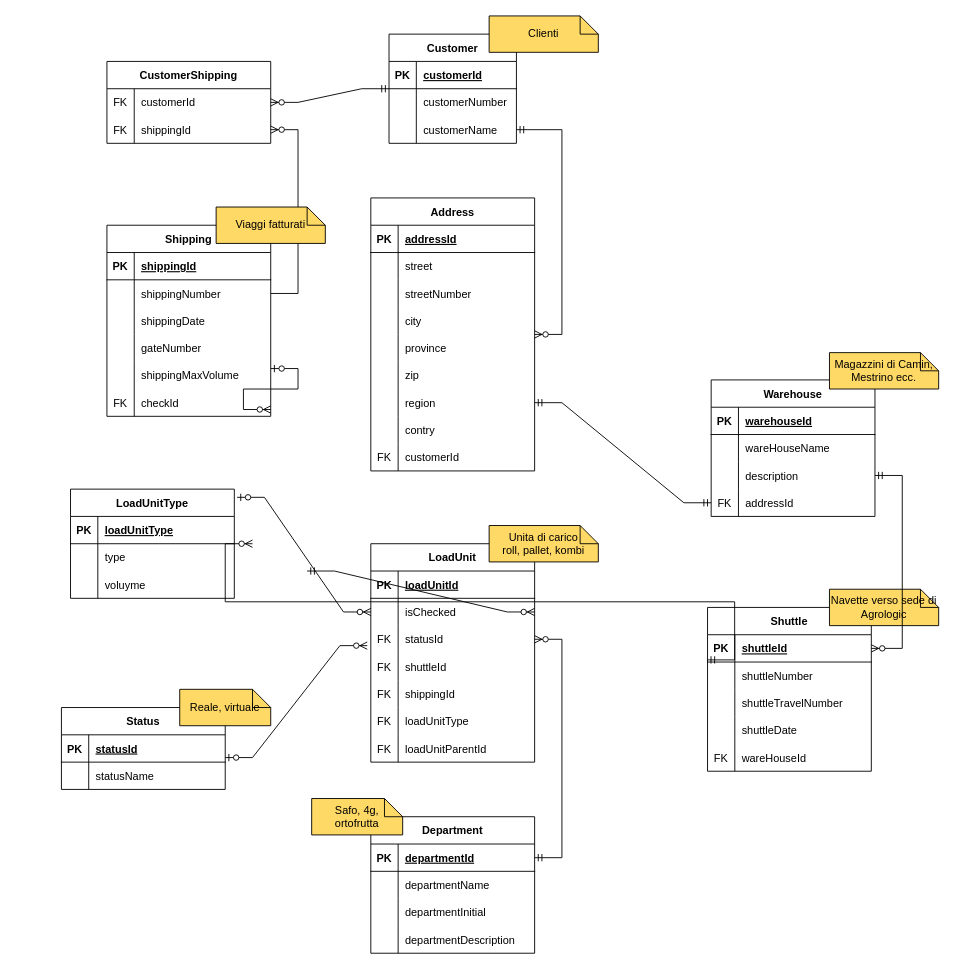
Before: arcadia_db.drawio in gh0stb1t-dev/arcadia, a draw.io diagram. Source tidied: cells renumbered, new cells numbered last; positions are measured from the earlier drawing's top-left corner, leaving out a move shared by most shapes. Both pictures are drawn from the tidied source at 91%, with x=0, y=0 at pixel (61, 15).
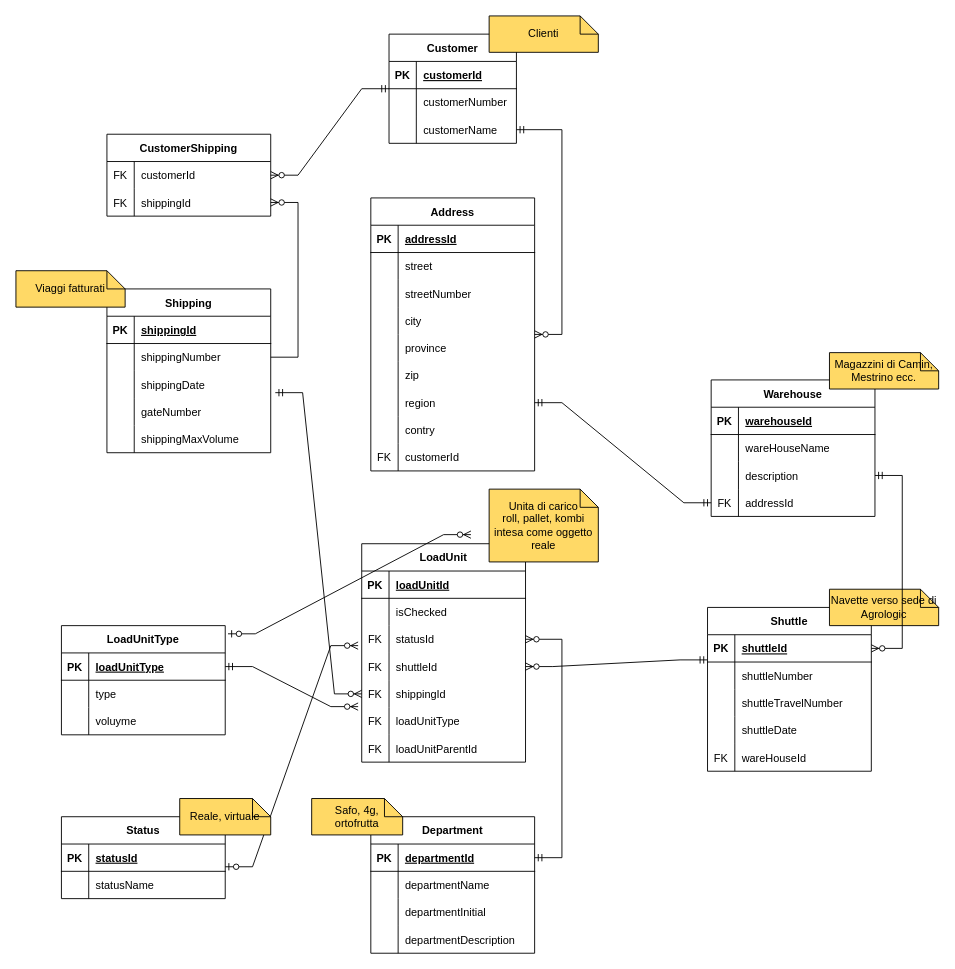
Above is the later version.

Commit message:
Just visual fixings

Unchanged cells that the change refers to:
```xml
<mxCell id="19" style="shape=tableRow;horizontal=0;startSize=0;swimlaneHead=0;swimlaneBody=0;fillColor=none;points=[[0,0.5],[1,0.5]];portConstraint=eastwest;top=0;left=0;right=0;bottom=0;" parent="12" vertex="1">
  <mxGeometry y="90" width="180" height="30" as="geometry" />
</mxCell>
<mxCell id="44" style="shape=tableRow;horizontal=0;startSize=0;swimlaneHead=0;swimlaneBody=0;fillColor=none;points=[[0,0.5],[1,0.5]];portConstraint=eastwest;top=0;left=0;right=0;bottom=0;" parent="40" vertex="1">
  <mxGeometry y="60" width="180" height="30" as="geometry" />
</mxCell>
<mxCell id="50" style="shape=tableRow;horizontal=0;startSize=0;swimlaneHead=0;swimlaneBody=0;fillColor=none;points=[[0,0.5],[1,0.5]];portConstraint=eastwest;top=0;left=0;right=0;bottom=0;" parent="40" vertex="1">
  <mxGeometry y="120" width="180" height="30" as="geometry" />
</mxCell>
<mxCell id="53" style="shape=tableRow;horizontal=0;startSize=0;swimlaneHead=0;swimlaneBody=0;fillColor=none;points=[[0,0.5],[1,0.5]];portConstraint=eastwest;top=0;left=0;right=0;bottom=0;" parent="40" vertex="1">
  <mxGeometry y="150" width="180" height="30" as="geometry" />
</mxCell>
<mxCell id="56" style="shape=tableRow;horizontal=0;startSize=0;swimlaneHead=0;swimlaneBody=0;fillColor=none;points=[[0,0.5],[1,0.5]];portConstraint=eastwest;top=0;left=0;right=0;bottom=0;" parent="40" vertex="1">
  <mxGeometry y="180" width="180" height="30" as="geometry" />
</mxCell>
<mxCell id="110" style="shape=tableRow;horizontal=0;startSize=0;swimlaneHead=0;swimlaneBody=0;fillColor=none;points=[[0,0.5],[1,0.5]];portConstraint=eastwest;top=0;left=0;right=0;bottom=0;" parent="106" vertex="1">
  <mxGeometry y="60" width="180" height="30" as="geometry" />
</mxCell>
<mxCell id="155" style="shape=tableRow;horizontal=0;startSize=0;swimlaneHead=0;swimlaneBody=0;fillColor=none;points=[[0,0.5],[1,0.5]];portConstraint=eastwest;top=0;left=0;right=0;bottom=1;" parent="154" vertex="1">
  <mxGeometry y="30" width="180" height="30" as="geometry" />
</mxCell>
```

The edit, as a diff of the source:
```diff
@@
     <mxCell id="12" value="Shipping" style="shape=table;startSize=30;childLayout=tableLayout;rowLines=0;fontStyle=1;align=center;" parent="1" vertex="1">
-      <mxGeometry x="50" y="230" width="180" height="210" as="geometry" />
+      <mxGeometry x="50" y="300" width="180" height="180" as="geometry" />
     </mxCell>
@@
-    <mxCell id="28" style="shape=tableRow;horizontal=0;startSize=0;swimlaneHead=0;swimlaneBody=0;fillColor=none;top=0;left=0;right=0;bottom=0;" parent="12" vertex="1">
-      <mxGeometry y="180" width="180" height="30" as="geometry" />
-    </mxCell>
-    <mxCell id="29" value="FK" style="shape=partialRectangle;fillColor=none;top=0;left=0;bottom=0;right=0;overflow=hidden;" parent="28" vertex="1">
-      <mxGeometry width="30" height="30" as="geometry" />
-    </mxCell>
-    <mxCell id="30" value="checkId" style="shape=partialRectangle;fillColor=none;top=0;left=0;bottom=0;right=0;align=left;spacingLeft=6;overflow=hidden;" parent="28" vertex="1">
-      <mxGeometry x="30" width="150" height="30" as="geometry" />
-    </mxCell>
     <mxCell id="31" value="CustomerShipping" style="shape=table;startSize=30;childLayout=tableLayout;rowLines=0;fontStyle=1;align=center;" parent="1" vertex="1">
-      <mxGeometry x="50" y="50" width="180" height="90" as="geometry" />
+      <mxGeometry x="50" y="130" width="180" height="90" as="geometry" />
     </mxCell>
@@
     <mxCell id="40" value="LoadUnit" style="shape=table;startSize=30;childLayout=tableLayout;rowLines=0;fontStyle=1;align=center;" parent="1" vertex="1">
-      <mxGeometry x="340" y="580" width="180" height="240" as="geometry" />
+      <mxGeometry x="330" y="580" width="180" height="240" as="geometry" />
     </mxCell>
@@
-    <mxCell id="62" style="edgeStyle=entityRelationEdgeStyle;fontSize=12;html=1;endArrow=ERzeroToMany;startArrow=ERmandOne;rounded=0;exitX=1;exitY=0.5;exitDx=0;exitDy=0;entryX=1;entryY=0.5;entryDx=0;entryDy=0;" parent="40" edge="1" target="44">
-      <mxGeometry relative="1" as="geometry">
-        <mxPoint x="-70" y="30" as="sourcePoint" />
-      </mxGeometry>
-    </mxCell>
-    <mxCell id="63" style="edgeStyle=entityRelationEdgeStyle;fontSize=12;html=1;endArrow=ERzeroToMany;startArrow=ERzeroToOne;rounded=0;exitX=1;exitY=0.75;exitDx=0;exitDy=0;" parent="1" edge="1" source="12">
-      <mxGeometry relative="1" as="geometry">
-        <mxPoint x="230" y="432.5" as="targetPoint" />
-      </mxGeometry>
-    </mxCell>
@@
     <mxCell id="136" value="Status" style="shape=table;startSize=30;childLayout=tableLayout;rowLines=0;fontStyle=1;align=center;" parent="1" vertex="1">
-      <mxGeometry y="760" width="180" height="90" as="geometry" />
+      <mxGeometry y="880" width="180" height="90" as="geometry" />
     </mxCell>
@@
-    <mxCell id="144" value="&lt;div&gt;Unita di carico&lt;/div&gt;&lt;div&gt;roll, pallet, kombi&lt;br&gt;&lt;/div&gt;" style="shape=note;size=20;whiteSpace=wrap;html=1;fillColor=#FFD966;" parent="1" vertex="1">
-      <mxGeometry x="470" y="560" width="120" height="40" as="geometry" />
+    <mxCell id="144" value="&lt;div&gt;Unita di carico&lt;/div&gt;&lt;div&gt;roll, pallet, kombi intesa come oggetto reale&lt;br&gt;&lt;/div&gt;" style="shape=note;size=20;whiteSpace=wrap;html=1;fillColor=#FFD966;" parent="1" vertex="1">
+      <mxGeometry x="470" y="520" width="120" height="80" as="geometry" />
     </mxCell>
@@
     <mxCell id="146" value="Reale, virtuale" style="shape=note;size=20;whiteSpace=wrap;html=1;fillColor=#FFD966;" parent="1" vertex="1">
-      <mxGeometry x="130" y="740" width="100" height="40" as="geometry" />
+      <mxGeometry x="130" y="860" width="100" height="40" as="geometry" />
     </mxCell>
@@
     <mxCell id="150" value="Viaggi fatturati " style="shape=note;size=20;whiteSpace=wrap;html=1;fillColor=#FFD966;" parent="1" vertex="1">
-      <mxGeometry x="170" y="210" width="120" height="40" as="geometry" />
+      <mxGeometry x="-50" y="280" width="120" height="40" as="geometry" />
     </mxCell>
@@
-    <mxCell id="152" style="edgeStyle=entityRelationEdgeStyle;fontSize=12;html=1;endArrow=ERzeroToMany;startArrow=ERmandOne;rounded=0;exitX=-0.001;exitY=-0.078;exitDx=0;exitDy=0;exitPerimeter=0;" parent="1" edge="1" source="110">
-      <mxGeometry relative="1" as="geometry">
-        <mxPoint x="210" y="580" as="targetPoint" />
-      </mxGeometry>
+    <mxCell id="152" style="edgeStyle=entityRelationEdgeStyle;fontSize=12;html=1;endArrow=ERzeroToMany;startArrow=ERmandOne;rounded=0;exitX=-0.001;exitY=-0.078;exitDx=0;exitDy=0;exitPerimeter=0;" parent="1" edge="1" source="110" target="50">
+      <mxGeometry relative="1" as="geometry" />
     </mxCell>
@@
     <mxCell id="154" value="LoadUnitType" style="shape=table;startSize=30;childLayout=tableLayout;rowLines=0;fontStyle=1;align=center;" parent="1" vertex="1">
-      <mxGeometry x="10" y="520" width="180" height="120" as="geometry" />
+      <mxGeometry y="670" width="180" height="120" as="geometry" />
     </mxCell>
@@
-    <mxCell id="164" style="edgeStyle=entityRelationEdgeStyle;fontSize=12;html=1;endArrow=ERzeroToMany;startArrow=ERzeroToOne;rounded=0;exitX=1.017;exitY=0.075;exitDx=0;exitDy=0;exitPerimeter=0;" parent="1" edge="1" source="154" target="44">
-      <mxGeometry relative="1" as="geometry" />
+    <mxCell id="164" style="edgeStyle=entityRelationEdgeStyle;fontSize=12;html=1;endArrow=ERzeroToMany;startArrow=ERzeroToOne;rounded=0;exitX=1.017;exitY=0.075;exitDx=0;exitDy=0;exitPerimeter=0;" parent="1" edge="1" source="154">
+      <mxGeometry relative="1" as="geometry">
+        <mxPoint x="450" y="570" as="targetPoint" />
+      </mxGeometry>
     </mxCell>
+    <mxCell id="165" style="edgeStyle=entityRelationEdgeStyle;fontSize=12;html=1;endArrow=ERzeroToMany;startArrow=ERmandOne;rounded=0;exitX=1;exitY=0.5;exitDx=0;exitDy=0;entryX=-0.022;entryY=-0.033;entryDx=0;entryDy=0;entryPerimeter=0;" parent="1" edge="1" source="155" target="56">
+      <mxGeometry relative="1" as="geometry" />
+    </mxCell>
+    <mxCell id="166" style="edgeStyle=entityRelationEdgeStyle;fontSize=12;html=1;endArrow=ERzeroToMany;startArrow=ERmandOne;rounded=0;exitX=1.028;exitY=0.8;exitDx=0;exitDy=0;exitPerimeter=0;" parent="1" edge="1" source="19" target="53">
+      <mxGeometry relative="1" as="geometry" />
+    </mxCell>
```
